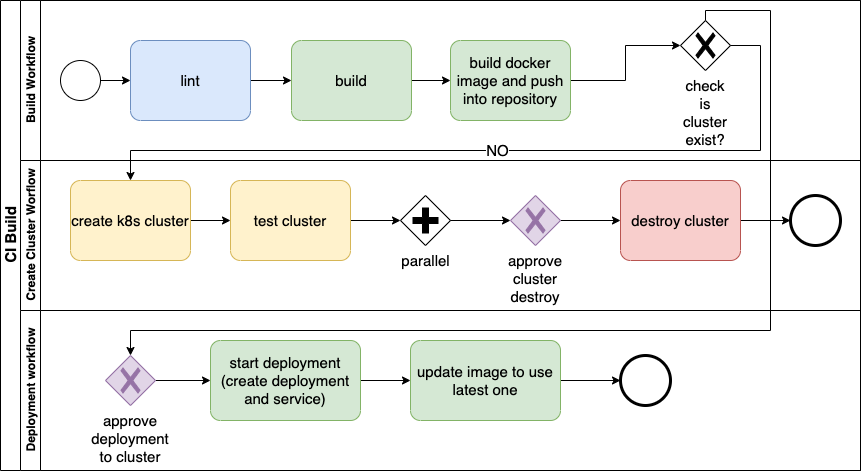
Before: screenshots/udacity_devlops_capstone_pipeline.png, a diagram exported from draw.io (vsemashko/udacity-devops-capstone). Source tidied: cells renumbered, new cells last; positions are measured from the earlier drawing's top-left corner, leaving out a move shared by most shapes. The source it was exported from:
```xml
<mxGraphModel>
  <root>
    <mxCell id="0" />
    <mxCell id="1" parent="0" />
    <mxCell id="2" value="CI Build" style="swimlane;html=1;horizontal=0;startSize=20;fontSize=15;" parent="1" vertex="1">
      <mxGeometry width="860" height="470" as="geometry" />
    </mxCell>
    <mxCell id="3" value="Build Workflow" style="swimlane;html=1;startSize=20;horizontal=0;" parent="2" vertex="1">
      <mxGeometry x="20" width="840" height="160" as="geometry" />
    </mxCell>
    <mxCell id="4" style="edgeStyle=orthogonalEdgeStyle;rounded=0;jettySize=auto;html=1;fontSize=15;" parent="3" edge="1" source="5" target="7">
      <mxGeometry relative="1" as="geometry" />
    </mxCell>
    <mxCell id="5" style="points=[[0.145,0.145,0],[0.5,0,0],[0.855,0.145,0],[1,0.5,0],[0.855,0.855,0],[0.5,1,0],[0.145,0.855,0],[0,0.5,0]];shape=mxgraph.bpmn.event;html=1;verticalLabelPosition=bottom;labelBackgroundColor=#ffffff;verticalAlign=top;align=center;perimeter=ellipsePerimeter;outlineConnect=0;outline=standard;symbol=general;fontSize=15;" parent="3" vertex="1">
      <mxGeometry x="40" y="60" width="40" height="40" as="geometry" />
    </mxCell>
    <mxCell id="6" style="edgeStyle=orthogonalEdgeStyle;rounded=0;jettySize=auto;html=1;entryX=0;entryY=0.5;entryDx=0;entryDy=0;entryPerimeter=0;fontSize=15;" parent="3" edge="1" source="7" target="9">
      <mxGeometry relative="1" as="geometry" />
    </mxCell>
    <mxCell id="7" value="lint" style="points=[[0.25,0,0],[0.5,0,0],[0.75,0,0],[1,0.25,0],[1,0.5,0],[1,0.75,0],[0.75,1,0],[0.5,1,0],[0.25,1,0],[0,0.75,0],[0,0.5,0],[0,0.25,0]];shape=mxgraph.bpmn.task;whiteSpace=wrap;rectStyle=rounded;size=10;taskMarker=abstract;fontSize=15;fillColor=#dae8fc;strokeColor=#6c8ebf;" parent="3" vertex="1">
      <mxGeometry x="110" y="40" width="120" height="80" as="geometry" />
    </mxCell>
    <mxCell id="8" style="edgeStyle=orthogonalEdgeStyle;rounded=0;jettySize=auto;html=1;fontSize=15;" parent="3" edge="1" source="9" target="11">
      <mxGeometry relative="1" as="geometry" />
    </mxCell>
    <mxCell id="9" value="build" style="points=[[0.25,0,0],[0.5,0,0],[0.75,0,0],[1,0.25,0],[1,0.5,0],[1,0.75,0],[0.75,1,0],[0.5,1,0],[0.25,1,0],[0,0.75,0],[0,0.5,0],[0,0.25,0]];shape=mxgraph.bpmn.task;whiteSpace=wrap;rectStyle=rounded;size=10;taskMarker=abstract;fontSize=15;fillColor=#d5e8d4;strokeColor=#82b366;" parent="3" vertex="1">
      <mxGeometry x="271" y="40" width="120" height="80" as="geometry" />
    </mxCell>
    <mxCell id="10" style="edgeStyle=orthogonalEdgeStyle;rounded=0;jettySize=auto;html=1;fontSize=15;" parent="3" edge="1" source="11" target="12">
      <mxGeometry relative="1" as="geometry" />
    </mxCell>
    <mxCell id="11" value="build docker image and push into repository" style="points=[[0.25,0,0],[0.5,0,0],[0.75,0,0],[1,0.25,0],[1,0.5,0],[1,0.75,0],[0.75,1,0],[0.5,1,0],[0.25,1,0],[0,0.75,0],[0,0.5,0],[0,0.25,0]];shape=mxgraph.bpmn.task;whiteSpace=wrap;rectStyle=rounded;size=10;taskMarker=abstract;fontSize=15;fillColor=#d5e8d4;strokeColor=#82b366;" parent="3" vertex="1">
      <mxGeometry x="430" y="40" width="120" height="80" as="geometry" />
    </mxCell>
    <mxCell id="12" value="check is cluster exist?" style="points=[[0.25,0.25,0],[0.5,0,0],[0.75,0.25,0],[1,0.5,0],[0.75,0.75,0],[0.5,1,0],[0.25,0.75,0],[0,0.5,0]];shape=mxgraph.bpmn.gateway2;html=1;verticalLabelPosition=bottom;labelBackgroundColor=#ffffff;verticalAlign=top;align=center;perimeter=rhombusPerimeter;outlineConnect=0;outline=none;symbol=none;gwType=exclusive;fontSize=15;whiteSpace=wrap;horizontal=1;" parent="3" vertex="1">
      <mxGeometry x="660" y="20" width="50" height="50" as="geometry" />
    </mxCell>
    <mxCell id="13" value="Create Cluster Worflow" style="swimlane;html=1;startSize=20;horizontal=0;" parent="2" vertex="1">
      <mxGeometry x="20" y="160" width="840" height="150" as="geometry" />
    </mxCell>
    <mxCell id="14" style="edgeStyle=orthogonalEdgeStyle;rounded=0;jettySize=auto;html=1;fontSize=15;" parent="13" edge="1" source="15" target="17">
      <mxGeometry relative="1" as="geometry" />
    </mxCell>
    <mxCell id="15" value="create k8s cluster" style="points=[[0.25,0,0],[0.5,0,0],[0.75,0,0],[1,0.25,0],[1,0.5,0],[1,0.75,0],[0.75,1,0],[0.5,1,0],[0.25,1,0],[0,0.75,0],[0,0.5,0],[0,0.25,0]];shape=mxgraph.bpmn.task;whiteSpace=wrap;rectStyle=rounded;size=10;taskMarker=abstract;fontSize=15;fillColor=#fff2cc;strokeColor=#d6b656;" parent="13" vertex="1">
      <mxGeometry x="50" y="20" width="120" height="80" as="geometry" />
    </mxCell>
    <mxCell id="16" style="edgeStyle=orthogonalEdgeStyle;rounded=0;jettySize=auto;html=1;fontSize=15;" parent="13" edge="1" source="17" target="19">
      <mxGeometry relative="1" as="geometry" />
    </mxCell>
    <mxCell id="17" value="test cluster" style="points=[[0.25,0,0],[0.5,0,0],[0.75,0,0],[1,0.25,0],[1,0.5,0],[1,0.75,0],[0.75,1,0],[0.5,1,0],[0.25,1,0],[0,0.75,0],[0,0.5,0],[0,0.25,0]];shape=mxgraph.bpmn.task;whiteSpace=wrap;rectStyle=rounded;size=10;taskMarker=abstract;fontSize=15;fillColor=#fff2cc;strokeColor=#d6b656;" parent="13" vertex="1">
      <mxGeometry x="210" y="20" width="120" height="80" as="geometry" />
    </mxCell>
    <mxCell id="18" style="edgeStyle=orthogonalEdgeStyle;rounded=0;jettySize=auto;html=1;fontSize=15;" parent="13" edge="1" source="19" target="21">
      <mxGeometry relative="1" as="geometry" />
    </mxCell>
    <mxCell id="19" value="parallel" style="points=[[0.25,0.25,0],[0.5,0,0],[0.75,0.25,0],[1,0.5,0],[0.75,0.75,0],[0.5,1,0],[0.25,0.75,0],[0,0.5,0]];shape=mxgraph.bpmn.gateway2;html=1;verticalLabelPosition=bottom;labelBackgroundColor=#ffffff;verticalAlign=top;align=center;perimeter=rhombusPerimeter;outlineConnect=0;outline=none;symbol=none;gwType=parallel;fontSize=15;" parent="13" vertex="1">
      <mxGeometry x="380" y="35" width="50" height="50" as="geometry" />
    </mxCell>
    <mxCell id="20" style="edgeStyle=orthogonalEdgeStyle;rounded=0;jettySize=auto;html=1;fontSize=15;" parent="13" edge="1" source="21" target="23">
      <mxGeometry relative="1" as="geometry" />
    </mxCell>
    <mxCell id="21" value="approve cluster destroy" style="points=[[0.25,0.25,0],[0.5,0,0],[0.75,0.25,0],[1,0.5,0],[0.75,0.75,0],[0.5,1,0],[0.25,0.75,0],[0,0.5,0]];shape=mxgraph.bpmn.gateway2;html=1;verticalLabelPosition=bottom;labelBackgroundColor=#ffffff;verticalAlign=top;align=center;perimeter=rhombusPerimeter;outlineConnect=0;outline=none;symbol=none;gwType=exclusive;fontSize=15;fillColor=#e1d5e7;strokeColor=#9673a6;horizontal=1;whiteSpace=wrap;" parent="13" vertex="1">
      <mxGeometry x="490" y="35" width="50" height="50" as="geometry" />
    </mxCell>
    <mxCell id="22" style="edgeStyle=orthogonalEdgeStyle;rounded=0;jettySize=auto;html=1;fontSize=15;" parent="13" edge="1" source="23" target="24">
      <mxGeometry relative="1" as="geometry" />
    </mxCell>
    <mxCell id="23" value="destroy cluster" style="points=[[0.25,0,0],[0.5,0,0],[0.75,0,0],[1,0.25,0],[1,0.5,0],[1,0.75,0],[0.75,1,0],[0.5,1,0],[0.25,1,0],[0,0.75,0],[0,0.5,0],[0,0.25,0]];shape=mxgraph.bpmn.task;whiteSpace=wrap;rectStyle=rounded;size=10;taskMarker=abstract;fontSize=15;fillColor=#f8cecc;strokeColor=#b85450;" parent="13" vertex="1">
      <mxGeometry x="600" y="20" width="120" height="80" as="geometry" />
    </mxCell>
    <mxCell id="24" style="points=[[0.145,0.145,0],[0.5,0,0],[0.855,0.145,0],[1,0.5,0],[0.855,0.855,0],[0.5,1,0],[0.145,0.855,0],[0,0.5,0]];shape=mxgraph.bpmn.event;html=1;verticalLabelPosition=bottom;labelBackgroundColor=#ffffff;verticalAlign=top;align=center;perimeter=ellipsePerimeter;outlineConnect=0;outline=end;symbol=terminate2;fontSize=15;" parent="13" vertex="1">
      <mxGeometry x="770" y="35" width="50" height="50" as="geometry" />
    </mxCell>
    <mxCell id="25" value="Deployment workflow" style="swimlane;html=1;startSize=20;horizontal=0;" parent="2" vertex="1">
      <mxGeometry x="20" y="310" width="840" height="160" as="geometry" />
    </mxCell>
    <mxCell id="26" style="edgeStyle=orthogonalEdgeStyle;rounded=0;jettySize=auto;html=1;fontSize=15;" parent="25" edge="1" source="27" target="29">
      <mxGeometry relative="1" as="geometry" />
    </mxCell>
    <mxCell id="27" value="approve deployment to cluster" style="points=[[0.25,0.25,0],[0.5,0,0],[0.75,0.25,0],[1,0.5,0],[0.75,0.75,0],[0.5,1,0],[0.25,0.75,0],[0,0.5,0]];shape=mxgraph.bpmn.gateway2;html=1;verticalLabelPosition=bottom;labelBackgroundColor=#ffffff;verticalAlign=top;align=center;perimeter=rhombusPerimeter;outlineConnect=0;outline=none;symbol=none;gwType=exclusive;fontSize=15;fillColor=#e1d5e7;strokeColor=#9673a6;horizontal=1;whiteSpace=wrap;" parent="25" vertex="1">
      <mxGeometry x="85" y="45" width="50" height="50" as="geometry" />
    </mxCell>
    <mxCell id="28" style="edgeStyle=orthogonalEdgeStyle;rounded=0;jettySize=auto;html=1;fontSize=15;" parent="25" edge="1" source="29" target="31">
      <mxGeometry relative="1" as="geometry" />
    </mxCell>
    <mxCell id="29" value="start deployment (create deployment and service)" style="points=[[0.25,0,0],[0.5,0,0],[0.75,0,0],[1,0.25,0],[1,0.5,0],[1,0.75,0],[0.75,1,0],[0.5,1,0],[0.25,1,0],[0,0.75,0],[0,0.5,0],[0,0.25,0]];shape=mxgraph.bpmn.task;whiteSpace=wrap;rectStyle=rounded;size=10;taskMarker=abstract;fontSize=15;fillColor=#d5e8d4;strokeColor=#82b366;" parent="25" vertex="1">
      <mxGeometry x="190" y="30" width="150" height="80" as="geometry" />
    </mxCell>
    <mxCell id="30" style="edgeStyle=orthogonalEdgeStyle;rounded=0;jettySize=auto;html=1;fontSize=15;" parent="25" edge="1" source="31" target="32">
      <mxGeometry relative="1" as="geometry" />
    </mxCell>
    <mxCell id="31" value="update image to use latest one" style="points=[[0.25,0,0],[0.5,0,0],[0.75,0,0],[1,0.25,0],[1,0.5,0],[1,0.75,0],[0.75,1,0],[0.5,1,0],[0.25,1,0],[0,0.75,0],[0,0.5,0],[0,0.25,0]];shape=mxgraph.bpmn.task;whiteSpace=wrap;rectStyle=rounded;size=10;taskMarker=abstract;fontSize=15;fillColor=#d5e8d4;strokeColor=#82b366;" parent="25" vertex="1">
      <mxGeometry x="390" y="30" width="150" height="80" as="geometry" />
    </mxCell>
    <mxCell id="32" style="points=[[0.145,0.145,0],[0.5,0,0],[0.855,0.145,0],[1,0.5,0],[0.855,0.855,0],[0.5,1,0],[0.145,0.855,0],[0,0.5,0]];shape=mxgraph.bpmn.event;html=1;verticalLabelPosition=bottom;labelBackgroundColor=#ffffff;verticalAlign=top;align=center;perimeter=ellipsePerimeter;outlineConnect=0;outline=end;symbol=terminate2;fontSize=15;" parent="25" vertex="1">
      <mxGeometry x="600" y="45" width="50" height="50" as="geometry" />
    </mxCell>
    <mxCell id="33" value="NO" style="edgeStyle=orthogonalEdgeStyle;rounded=0;jettySize=auto;html=1;fontSize=15;" parent="2" edge="1" source="12" target="15">
      <mxGeometry relative="1" as="geometry">
        <Array as="points">
          <mxPoint x="760" y="45" />
          <mxPoint x="760" y="150" />
          <mxPoint x="130" y="150" />
        </Array>
      </mxGeometry>
    </mxCell>
    <mxCell id="34" style="edgeStyle=orthogonalEdgeStyle;rounded=0;jettySize=auto;html=1;fontSize=15;" parent="2" edge="1" source="12" target="27">
      <mxGeometry relative="1" as="geometry">
        <Array as="points">
          <mxPoint x="705" y="10" />
          <mxPoint x="770" y="10" />
          <mxPoint x="770" y="330" />
          <mxPoint x="130" y="330" />
        </Array>
      </mxGeometry>
    </mxCell>
  </root>
</mxGraphModel>
```
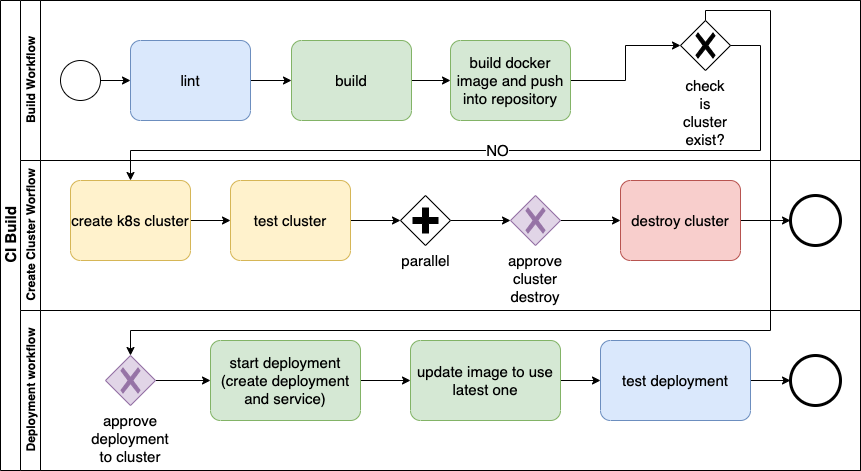
Above is the later version.

The edit, as a diff of the source:
```diff
@@ -86,15 +86,21 @@
     <mxCell id="29" value="start deployment (create deployment and service)" style="points=[[0.25,0,0],[0.5,0,0],[0.75,0,0],[1,0.25,0],[1,0.5,0],[1,0.75,0],[0.75,1,0],[0.5,1,0],[0.25,1,0],[0,0.75,0],[0,0.5,0],[0,0.25,0]];shape=mxgraph.bpmn.task;whiteSpace=wrap;rectStyle=rounded;size=10;taskMarker=abstract;fontSize=15;fillColor=#d5e8d4;strokeColor=#82b366;" parent="25" vertex="1">
       <mxGeometry x="190" y="30" width="150" height="80" as="geometry" />
     </mxCell>
-    <mxCell id="30" style="edgeStyle=orthogonalEdgeStyle;rounded=0;jettySize=auto;html=1;fontSize=15;" parent="25" edge="1" source="31" target="32">
-      <mxGeometry relative="1" as="geometry" />
-    </mxCell>
+    <mxCell id="35" style="edgeStyle=orthogonalEdgeStyle;rounded=0;jettySize=auto;html=1;" parent="25" edge="1" source="31" target="37">
+      <mxGeometry relative="1" as="geometry" />
+    </mxCell>
     <mxCell id="31" value="update image to use latest one" style="points=[[0.25,0,0],[0.5,0,0],[0.75,0,0],[1,0.25,0],[1,0.5,0],[1,0.75,0],[0.75,1,0],[0.5,1,0],[0.25,1,0],[0,0.75,0],[0,0.5,0],[0,0.25,0]];shape=mxgraph.bpmn.task;whiteSpace=wrap;rectStyle=rounded;size=10;taskMarker=abstract;fontSize=15;fillColor=#d5e8d4;strokeColor=#82b366;" parent="25" vertex="1">
       <mxGeometry x="390" y="30" width="150" height="80" as="geometry" />
     </mxCell>
     <mxCell id="32" style="points=[[0.145,0.145,0],[0.5,0,0],[0.855,0.145,0],[1,0.5,0],[0.855,0.855,0],[0.5,1,0],[0.145,0.855,0],[0,0.5,0]];shape=mxgraph.bpmn.event;html=1;verticalLabelPosition=bottom;labelBackgroundColor=#ffffff;verticalAlign=top;align=center;perimeter=ellipsePerimeter;outlineConnect=0;outline=end;symbol=terminate2;fontSize=15;" parent="25" vertex="1">
-      <mxGeometry x="600" y="45" width="50" height="50" as="geometry" />
+      <mxGeometry x="770" y="45" width="50" height="50" as="geometry" />
     </mxCell>
+    <mxCell id="36" style="edgeStyle=orthogonalEdgeStyle;rounded=0;jettySize=auto;html=1;" parent="25" edge="1" source="37" target="32">
+      <mxGeometry relative="1" as="geometry" />
+    </mxCell>
+    <mxCell id="37" value="test deployment" style="points=[[0.25,0,0],[0.5,0,0],[0.75,0,0],[1,0.25,0],[1,0.5,0],[1,0.75,0],[0.75,1,0],[0.5,1,0],[0.25,1,0],[0,0.75,0],[0,0.5,0],[0,0.25,0]];shape=mxgraph.bpmn.task;whiteSpace=wrap;rectStyle=rounded;size=10;taskMarker=abstract;fontSize=15;fillColor=#dae8fc;strokeColor=#6c8ebf;" parent="25" vertex="1">
+      <mxGeometry x="580" y="30" width="150" height="80" as="geometry" />
+    </mxCell>
     <mxCell id="33" value="NO" style="edgeStyle=orthogonalEdgeStyle;rounded=0;jettySize=auto;html=1;fontSize=15;" parent="2" edge="1" source="12" target="15">
       <mxGeometry relative="1" as="geometry">
         <Array as="points">
```
